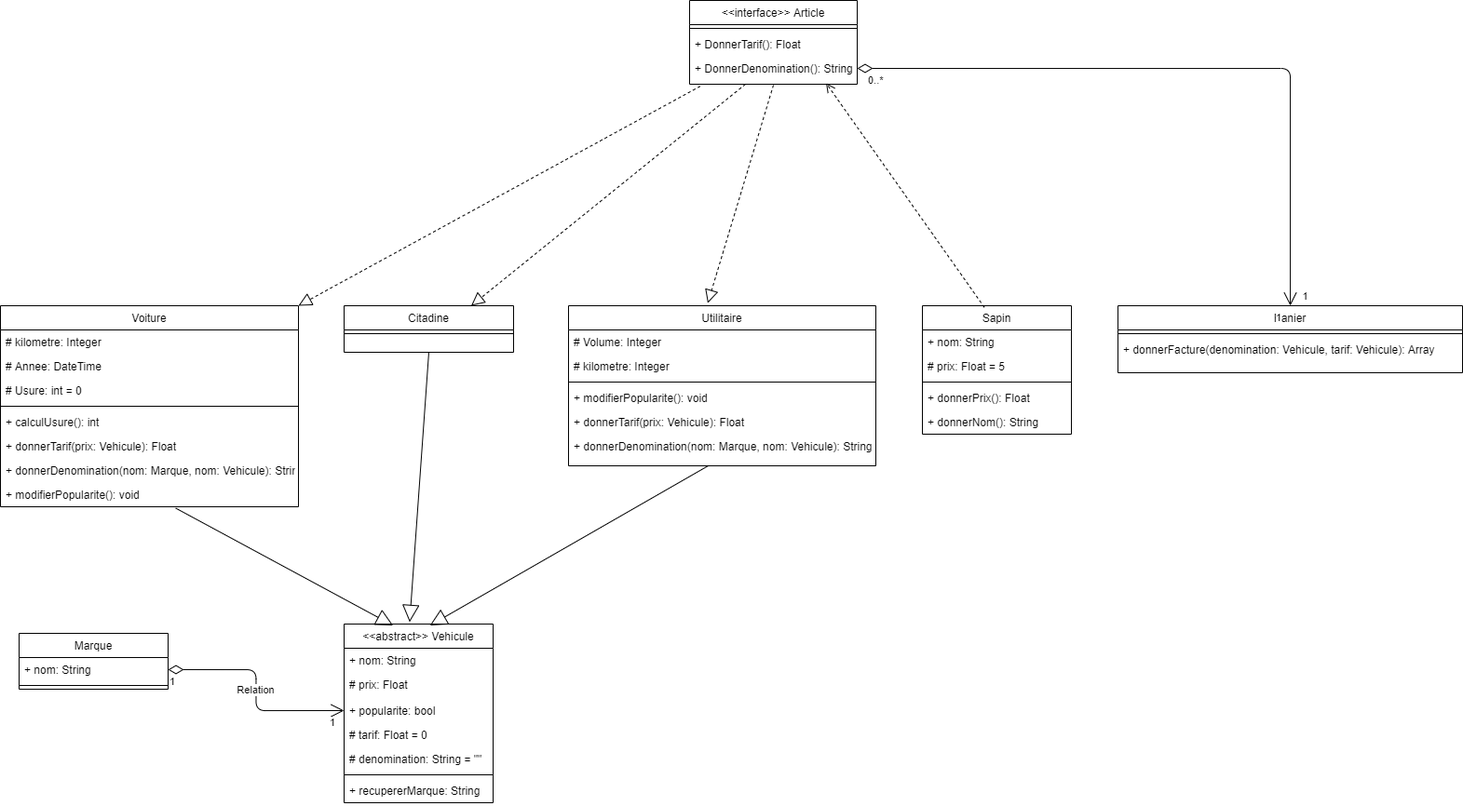
Above: docs/diag.png in AlexandreBecavin/garage (draw.io), before the change. Source tidied: cells renumbered, new cells last; positions are measured from the earlier drawing's top-left corner, leaving out a move shared by most shapes.
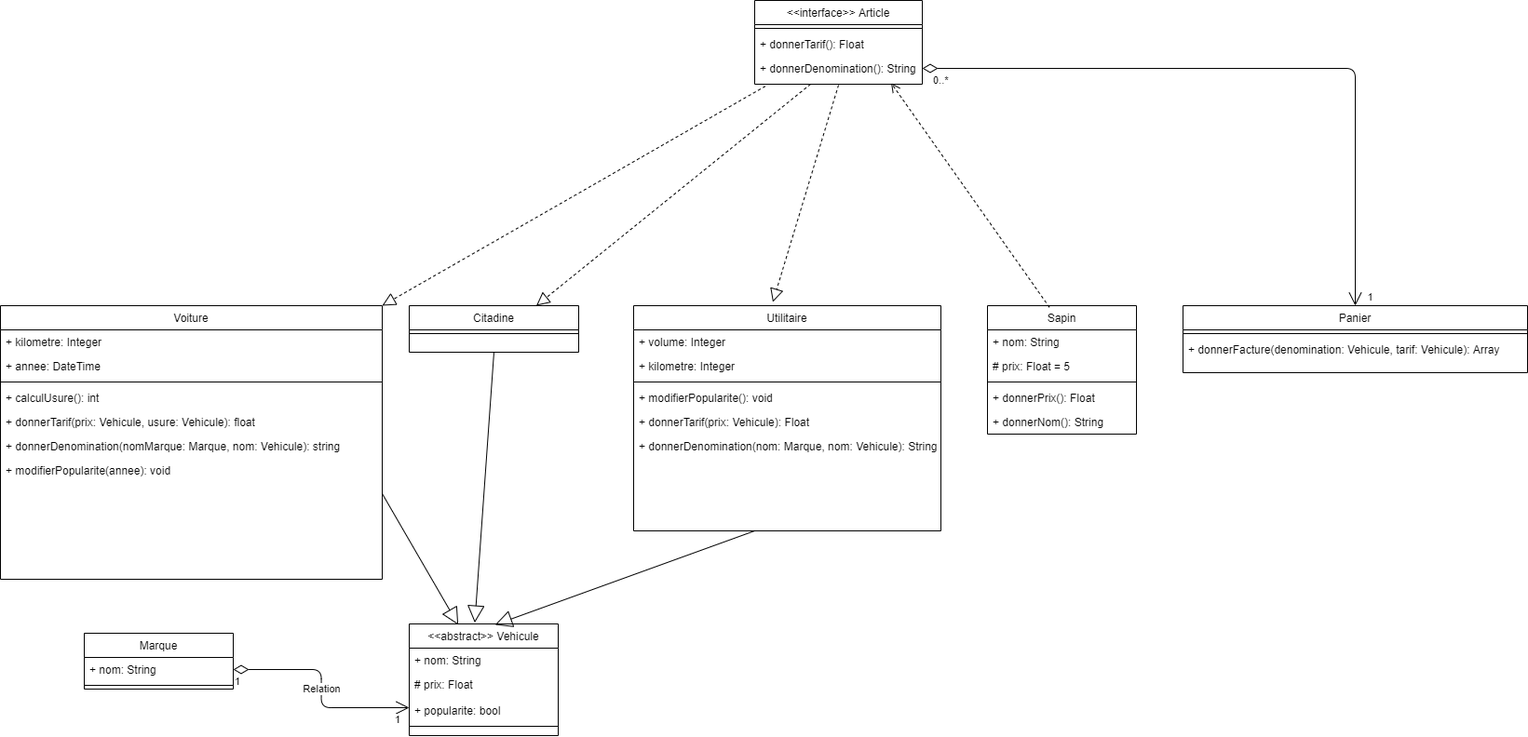
Later version of the same file.

Diff of the diagram source:
```diff
@@ -8,14 +8,14 @@
     <mxCell id="3" style="line;html=1;strokeWidth=1;align=left;verticalAlign=middle;spacingTop=-1;spacingLeft=3;spacingRight=3;labelPosition=right;" parent="2" vertex="1">
       <mxGeometry y="26" width="180" height="8" as="geometry" />
     </mxCell>
-    <mxCell id="4" value="+ DonnerTarif(): Float" style="text;align=left;verticalAlign=top;spacingLeft=4;spacingRight=4;overflow=hidden;" parent="2" vertex="1">
+    <mxCell id="4" value="+ donnerTarif(): Float" style="text;align=left;verticalAlign=top;spacingLeft=4;spacingRight=4;overflow=hidden;" parent="2" vertex="1">
       <mxGeometry y="34" width="180" height="26" as="geometry" />
     </mxCell>
-    <mxCell id="5" value="+ DonnerDenomination(): String" style="text;align=left;verticalAlign=top;spacingLeft=4;spacingRight=4;overflow=hidden;points=[[0,0.5],[1,0.5]];portConstraint=eastwest;" parent="2" vertex="1">
+    <mxCell id="5" value="+ donnerDenomination(): String" style="text;align=left;verticalAlign=top;spacingLeft=4;spacingRight=4;overflow=hidden;points=[[0,0.5],[1,0.5]];portConstraint=eastwest;" parent="2" vertex="1">
       <mxGeometry y="60" width="180" height="26" as="geometry" />
     </mxCell>
     <mxCell id="6" value="&lt;&lt;abstract&gt;&gt; Vehicule" style="swimlane;fontStyle=0;align=center;verticalAlign=top;horizontal=1;startSize=26;rounded=0;shadow=0;strokeWidth=1;" parent="1" vertex="1">
-      <mxGeometry x="369" y="670" width="160" height="192" as="geometry" />
+      <mxGeometry x="369" y="670" width="160" height="120" as="geometry" />
     </mxCell>
     <mxCell id="7" value="+ nom: String" style="text;align=left;verticalAlign=top;spacingLeft=4;spacingRight=4;overflow=hidden;" parent="6" vertex="1">
       <mxGeometry y="26" width="160" height="26" as="geometry" />
@@ -26,18 +26,9 @@
     <mxCell id="9" value="+ popularite: bool" style="text;align=left;verticalAlign=top;spacingLeft=4;spacingRight=4;overflow=hidden;points=[[0,0.5],[1,0.5]];portConstraint=eastwest;" parent="6" vertex="1">
       <mxGeometry y="80" width="160" height="26" as="geometry" />
     </mxCell>
-    <mxCell id="10" value="# tarif: Float = 0" style="text;align=left;verticalAlign=top;spacingLeft=4;spacingRight=4;overflow=hidden;" parent="6" vertex="1">
-      <mxGeometry y="106" width="160" height="26" as="geometry" />
-    </mxCell>
-    <mxCell id="11" value="# denomination: String = &quot;&quot;" style="text;align=left;verticalAlign=top;spacingLeft=4;spacingRight=4;overflow=hidden;" parent="6" vertex="1">
-      <mxGeometry y="132" width="160" height="26" as="geometry" />
-    </mxCell>
     <mxCell id="12" style="line;html=1;strokeWidth=1;align=left;verticalAlign=middle;spacingTop=-1;spacingLeft=3;spacingRight=3;labelPosition=right;" parent="6" vertex="1">
-      <mxGeometry y="158" width="160" height="8" as="geometry" />
+      <mxGeometry y="106" width="160" height="8" as="geometry" />
     </mxCell>
-    <mxCell id="13" value="+ recupererMarque: String" style="text;align=left;verticalAlign=top;spacingLeft=4;spacingRight=4;overflow=hidden;" parent="6" vertex="1">
-      <mxGeometry y="166" width="160" height="26" as="geometry" />
-    </mxCell>
     <mxCell id="14" value="Marque" style="swimlane;fontStyle=0;align=center;verticalAlign=top;horizontal=1;startSize=26;rounded=0;shadow=0;strokeWidth=1;" parent="1" vertex="1">
       <mxGeometry x="20" y="680" width="160" height="60" as="geometry" />
     </mxCell>
@@ -48,31 +39,28 @@
       <mxGeometry y="52" width="160" height="8" as="geometry" />
     </mxCell>
     <mxCell id="17" value="Voiture" style="swimlane;fontStyle=0;align=center;verticalAlign=top;horizontal=1;startSize=26;rounded=0;shadow=0;strokeWidth=1;" parent="1" vertex="1">
-      <mxGeometry y="328" width="320" height="216" as="geometry" />
+      <mxGeometry x="-70" y="328" width="410" height="294" as="geometry" />
     </mxCell>
-    <mxCell id="18" value="# kilometre: Integer" style="text;align=left;verticalAlign=top;spacingLeft=4;spacingRight=4;overflow=hidden;" parent="17" vertex="1">
-      <mxGeometry y="26" width="320" height="26" as="geometry" />
+    <mxCell id="18" value="+ kilometre: Integer" style="text;align=left;verticalAlign=top;spacingLeft=4;spacingRight=4;overflow=hidden;" parent="17" vertex="1">
+      <mxGeometry y="26" width="410" height="26" as="geometry" />
     </mxCell>
-    <mxCell id="19" value="# Annee: DateTime" style="text;align=left;verticalAlign=top;spacingLeft=4;spacingRight=4;overflow=hidden;" parent="17" vertex="1">
-      <mxGeometry y="52" width="320" height="26" as="geometry" />
+    <mxCell id="19" value="+ annee: DateTime" style="text;align=left;verticalAlign=top;spacingLeft=4;spacingRight=4;overflow=hidden;" parent="17" vertex="1">
+      <mxGeometry y="52" width="410" height="26" as="geometry" />
     </mxCell>
-    <mxCell id="20" value="# Usure: int = 0" style="text;align=left;verticalAlign=top;spacingLeft=4;spacingRight=4;overflow=hidden;" parent="17" vertex="1">
-      <mxGeometry y="78" width="320" height="26" as="geometry" />
-    </mxCell>
     <mxCell id="21" style="line;html=1;strokeWidth=1;align=left;verticalAlign=middle;spacingTop=-1;spacingLeft=3;spacingRight=3;labelPosition=right;" parent="17" vertex="1">
-      <mxGeometry y="104" width="320" height="8" as="geometry" />
+      <mxGeometry y="78" width="410" height="8" as="geometry" />
     </mxCell>
     <mxCell id="22" value="+ calculUsure(): int" style="text;align=left;verticalAlign=top;spacingLeft=4;spacingRight=4;overflow=hidden;" parent="17" vertex="1">
-      <mxGeometry y="112" width="320" height="26" as="geometry" />
+      <mxGeometry y="86" width="410" height="26" as="geometry" />
     </mxCell>
-    <mxCell id="23" value="+ donnerTarif(prix: Vehicule): Float" style="text;align=left;verticalAlign=top;spacingLeft=4;spacingRight=4;overflow=hidden;" parent="17" vertex="1">
-      <mxGeometry y="138" width="320" height="26" as="geometry" />
+    <mxCell id="23" value="+ donnerTarif(prix: Vehicule, usure: Vehicule): float" style="text;align=left;verticalAlign=top;spacingLeft=4;spacingRight=4;overflow=hidden;" parent="17" vertex="1">
+      <mxGeometry y="112" width="410" height="26" as="geometry" />
     </mxCell>
-    <mxCell id="24" value="+ donnerDenomination(nom: Marque, nom: Vehicule): String" style="text;align=left;verticalAlign=top;spacingLeft=4;spacingRight=4;overflow=hidden;" parent="17" vertex="1">
-      <mxGeometry y="164" width="320" height="26" as="geometry" />
+    <mxCell id="24" value="+ donnerDenomination(nomMarque: Marque, nom: Vehicule): string" style="text;align=left;verticalAlign=top;spacingLeft=4;spacingRight=4;overflow=hidden;" parent="17" vertex="1">
+      <mxGeometry y="138" width="410" height="26" as="geometry" />
     </mxCell>
-    <mxCell id="25" value="+ modifierPopularite(): void" style="text;align=left;verticalAlign=top;spacingLeft=4;spacingRight=4;overflow=hidden;points=[[0,0.5],[1,0.5]];portConstraint=eastwest;" parent="17" vertex="1">
-      <mxGeometry y="190" width="320" height="26" as="geometry" />
+    <mxCell id="25" value="+ modifierPopularite(annee): void" style="text;align=left;verticalAlign=top;spacingLeft=4;spacingRight=4;overflow=hidden;points=[[0,0.5],[1,0.5]];portConstraint=eastwest;" parent="17" vertex="1">
+      <mxGeometry y="164" width="410" height="26" as="geometry" />
     </mxCell>
     <mxCell id="26" value="Citadine" style="swimlane;fontStyle=0;align=center;verticalAlign=top;horizontal=1;startSize=26;rounded=0;shadow=0;strokeWidth=1;" parent="1" vertex="1">
       <mxGeometry x="369" y="328" width="182" height="50" as="geometry" />
@@ -81,12 +69,12 @@
       <mxGeometry y="26" width="182" height="8" as="geometry" />
     </mxCell>
     <mxCell id="28" value="Utilitaire" style="swimlane;fontStyle=0;align=center;verticalAlign=top;horizontal=1;startSize=26;rounded=0;shadow=0;strokeWidth=1;" parent="1" vertex="1">
-      <mxGeometry x="610" y="328" width="330" height="172" as="geometry" />
+      <mxGeometry x="610" y="328" width="330" height="242" as="geometry" />
     </mxCell>
-    <mxCell id="29" value="# Volume: Integer" style="text;align=left;verticalAlign=top;spacingLeft=4;spacingRight=4;overflow=hidden;" parent="28" vertex="1">
+    <mxCell id="29" value="+ volume: Integer" style="text;align=left;verticalAlign=top;spacingLeft=4;spacingRight=4;overflow=hidden;" parent="28" vertex="1">
       <mxGeometry y="26" width="330" height="26" as="geometry" />
     </mxCell>
-    <mxCell id="30" value="# kilometre: Integer" style="text;align=left;verticalAlign=top;spacingLeft=4;spacingRight=4;overflow=hidden;" parent="28" vertex="1">
+    <mxCell id="30" value="+ kilometre: Integer" style="text;align=left;verticalAlign=top;spacingLeft=4;spacingRight=4;overflow=hidden;" parent="28" vertex="1">
       <mxGeometry y="52" width="330" height="26" as="geometry" />
     </mxCell>
     <mxCell id="31" style="line;html=1;strokeWidth=1;align=left;verticalAlign=middle;spacingTop=-1;spacingLeft=3;spacingRight=3;labelPosition=right;" parent="28" vertex="1">
@@ -128,18 +116,20 @@
     <mxCell id="43" value="+ donnerFacture(denomination: Vehicule, tarif: Vehicule): Array" style="text;align=left;verticalAlign=top;spacingLeft=4;spacingRight=4;overflow=hidden;" parent="41" vertex="1">
       <mxGeometry y="34" width="370" height="26" as="geometry" />
     </mxCell>
-    <mxCell id="44" style="endArrow=block;endSize=16;endFill=0;html=1;exitX=0.588;exitY=1.057;exitDx=0;exitDy=0;exitPerimeter=0;entryX=0.329;entryY=0.008;entryDx=0;entryDy=0;entryPerimeter=0;" parent="1" edge="1" source="25" target="6">
-      <mxGeometry relative="1" as="geometry" />
+    <mxCell id="44" style="endArrow=block;endSize=16;endFill=0;html=1;entryX=0.329;entryY=0.008;entryDx=0;entryDy=0;entryPerimeter=0;" parent="1" edge="1" target="6">
+      <mxGeometry relative="1" as="geometry">
+        <mxPoint x="340" y="530" as="sourcePoint" />
+      </mxGeometry>
     </mxCell>
     <mxCell id="45" style="endArrow=block;endSize=16;endFill=0;html=1;exitX=0.5;exitY=1;exitDx=0;exitDy=0;entryX=0.44;entryY=-0.011;entryDx=0;entryDy=0;entryPerimeter=0;" parent="1" edge="1" source="26" target="6">
       <mxGeometry relative="1" as="geometry" />
     </mxCell>
     <mxCell id="46" style="endArrow=block;endSize=16;endFill=0;html=1;entryX=0.576;entryY=0.008;entryDx=0;entryDy=0;entryPerimeter=0;" parent="1" edge="1" target="6">
       <mxGeometry relative="1" as="geometry">
-        <mxPoint x="760" y="500" as="sourcePoint" />
+        <mxPoint x="740" y="570" as="sourcePoint" />
       </mxGeometry>
     </mxCell>
-    <mxCell id="47" value="Relation" style="endArrow=open;html=1;endSize=12;startArrow=diamondThin;startSize=14;startFill=0;edgeStyle=orthogonalEdgeStyle;exitX=1;exitY=0.5;exitDx=0;exitDy=0;entryX=0;entryY=0.5;entryDx=0;entryDy=0;" parent="1" edge="1" source="15" target="9">
+    <mxCell id="47" value="Relation" style="endArrow=open;html=1;endSize=12;startArrow=diamondThin;startSize=14;startFill=0;edgeStyle=orthogonalEdgeStyle;exitX=1;exitY=0.5;exitDx=0;exitDy=0;entryX=0;entryY=0.75;entryDx=0;entryDy=0;" parent="1" edge="1" source="15" target="6">
       <mxGeometry relative="1" as="geometry" />
     </mxCell>
     <mxCell id="48" value="1" style="edgeLabel;html=1;align=left;verticalAlign=top;" parent="47" vertex="1">
@@ -172,11 +162,6 @@
         <mxPoint x="10" as="offset" />
       </mxGeometry>
     </mxCell>
-    <mxCell id="56" value="1" style="edgeLabel;html=1;align=right;verticalAlign=top;" parent="54" vertex="1">
-      <mxGeometry x="1" relative="1" as="geometry">
-        <mxPoint x="-8.9" as="offset" />
-      </mxGeometry>
-    </mxCell>
     <mxCell id="57" value="1" style="edgeLabel;html=1;align=center;verticalAlign=middle;" parent="54" vertex="1">
       <mxGeometry x="0.97" y="3" relative="1" as="geometry">
         <mxPoint x="12" as="offset" />
```
